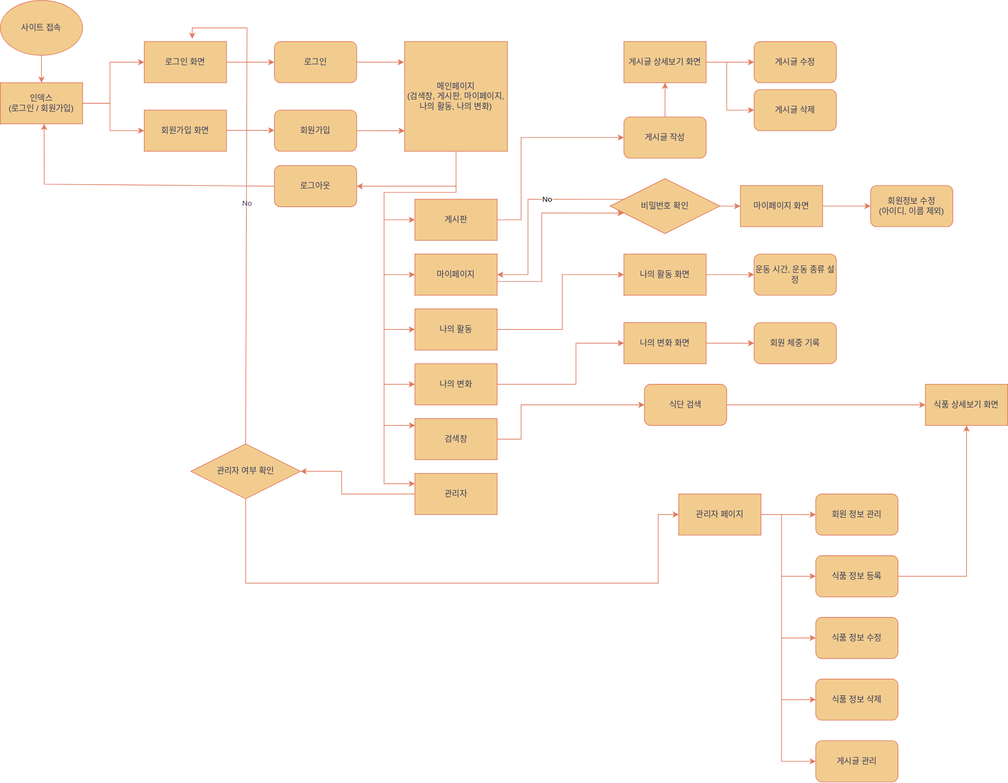
Before: document/플로우차트.svg, a diagram exported from draw.io (checkIn97/Diet-Project). Source tidied: cells renumbered, new cells last; positions are measured from the earlier drawing's top-left corner, leaving out a move shared by most shapes.
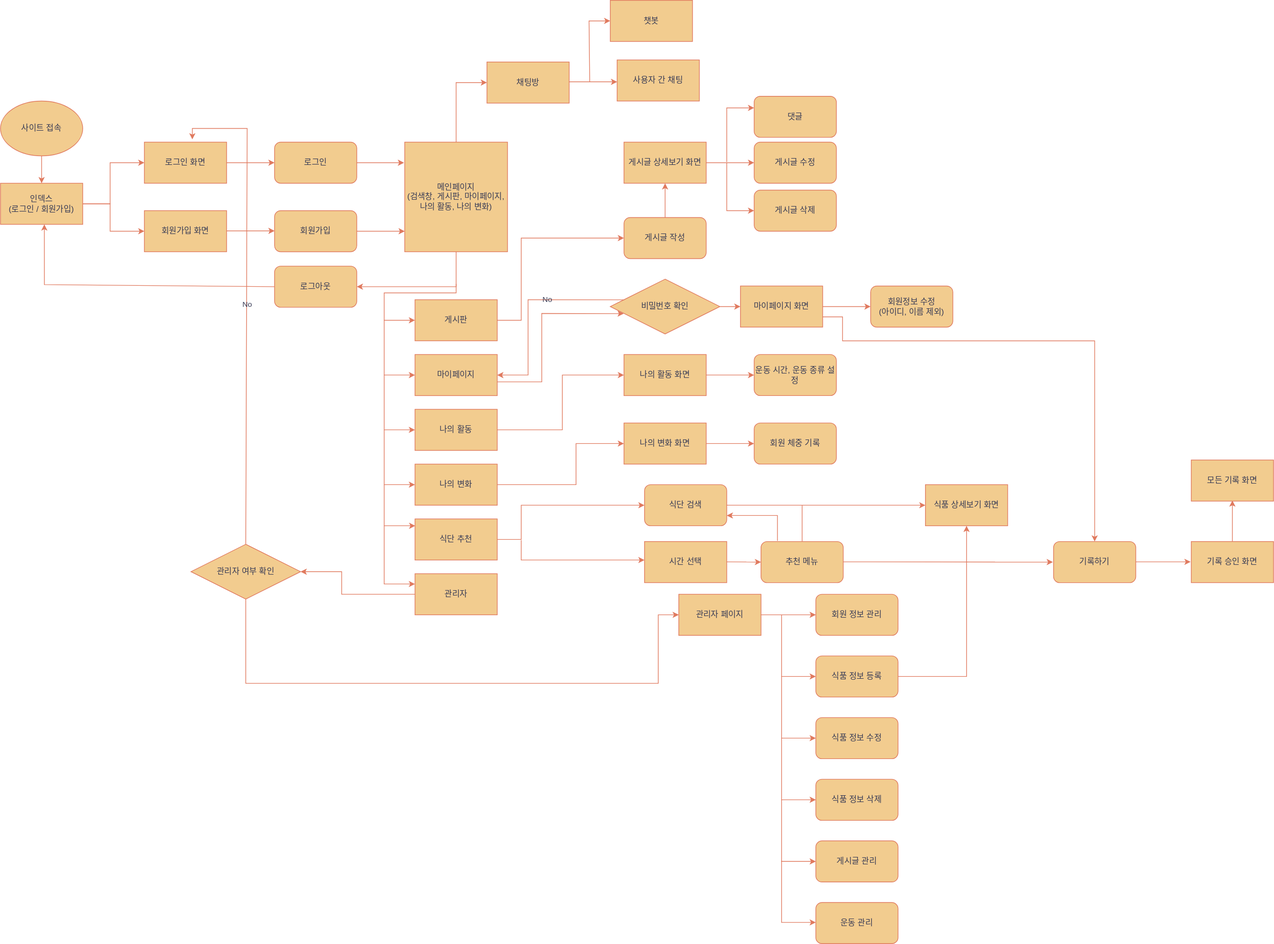
The same file after the commit.

Commit message:
플로우차트 수정

Diff of the diagram source:
```diff
@@ -195,7 +195,7 @@
     <mxCell id="44" style="endArrow=classic;html=1;rounded=0;entryX=0;entryY=0.5;entryDx=0;entryDy=0;exitX=1;exitY=0.5;exitDx=0;exitDy=0;labelBackgroundColor=none;strokeColor=#E07A5F;fontColor=default;" parent="1" edge="1" source="41" target="43">
       <mxGeometry relative="1" as="geometry" />
     </mxCell>
-    <mxCell id="45" value="검색창" style="rounded=0;whiteSpace=wrap;html=1;labelBackgroundColor=none;fillColor=#F2CC8F;strokeColor=#E07A5F;fontColor=#393C56;" parent="1" vertex="1">
+    <mxCell id="45" value="식단 추천" style="rounded=0;whiteSpace=wrap;html=1;labelBackgroundColor=none;fillColor=#F2CC8F;strokeColor=#E07A5F;fontColor=#393C56;" parent="1" vertex="1">
       <mxGeometry x="605" y="610" width="120" height="60" as="geometry" />
     </mxCell>
     <mxCell id="46" style="endArrow=classic;html=1;rounded=0;entryX=0.003;entryY=0.167;entryDx=0;entryDy=0;labelBackgroundColor=none;strokeColor=#E07A5F;fontColor=default;entryPerimeter=0;" parent="1" edge="1" target="45">
@@ -347,7 +347,7 @@
         </Array>
       </mxGeometry>
     </mxCell>
-    <mxCell id="73" value="No" style="edgeLabel;html=1;align=center;verticalAlign=middle;" parent="72" vertex="1">
+    <mxCell id="73" value="No" style="edgeLabel;html=1;align=center;verticalAlign=middle;labelBackgroundColor=none;fontColor=#393C56;" parent="72" vertex="1">
       <mxGeometry x="-0.23" y="-1" relative="1" as="geometry" />
     </mxCell>
     <mxCell id="74" style="endArrow=classic;html=1;rounded=0;labelBackgroundColor=none;strokeColor=#E07A5F;fontColor=default;exitX=1;exitY=0.5;exitDx=0;exitDy=0;entryX=0.123;entryY=0.629;entryDx=0;entryDy=0;entryPerimeter=0;" parent="1" edge="1" target="71">
@@ -362,5 +362,131 @@
     <mxCell id="75" style="endArrow=classic;html=1;rounded=0;exitX=1;exitY=0.5;exitDx=0;exitDy=0;labelBackgroundColor=none;strokeColor=#E07A5F;fontColor=default;entryX=0;entryY=0.5;entryDx=0;entryDy=0;" parent="1" edge="1" source="71" target="34">
       <mxGeometry relative="1" as="geometry" />
     </mxCell>
+    <mxCell id="76" style="endArrow=classic;html=1;rounded=0;entryX=0;entryY=0.5;entryDx=0;entryDy=0;labelBackgroundColor=none;strokeColor=#E07A5F;fontColor=default;" parent="1" edge="1">
+      <mxGeometry relative="1" as="geometry">
+        <mxPoint x="1140" y="1109" as="sourcePoint" />
+        <mxPoint x="1190" y="1199" as="targetPoint" />
+        <Array as="points">
+          <mxPoint x="1140" y="1199" />
+        </Array>
+      </mxGeometry>
+    </mxCell>
+    <mxCell id="77" value="운동 관리" style="rounded=1;whiteSpace=wrap;html=1;labelBackgroundColor=none;fillColor=#F2CC8F;strokeColor=#E07A5F;fontColor=#393C56;" parent="1" vertex="1">
+      <mxGeometry x="1190" y="1170" width="120" height="60" as="geometry" />
+    </mxCell>
+    <mxCell id="78" style="endArrow=classic;html=1;rounded=0;exitX=0.5;exitY=0;exitDx=0;exitDy=0;entryX=0;entryY=0.5;entryDx=0;entryDy=0;labelBackgroundColor=none;strokeColor=#E07A5F;fontColor=default;" parent="1" edge="1" source="13" target="79">
+      <mxGeometry relative="1" as="geometry">
+        <Array as="points">
+          <mxPoint x="665" y="-27" />
+        </Array>
+      </mxGeometry>
+    </mxCell>
+    <mxCell id="79" value="채팅방" style="rounded=0;whiteSpace=wrap;html=1;labelBackgroundColor=none;fillColor=#F2CC8F;strokeColor=#E07A5F;fontColor=#393C56;" parent="1" vertex="1">
+      <mxGeometry x="710" y="-57" width="120" height="60" as="geometry" />
+    </mxCell>
+    <mxCell id="80" style="endArrow=classic;html=1;rounded=0;exitX=1;exitY=0.5;exitDx=0;exitDy=0;entryX=0;entryY=0.5;entryDx=0;entryDy=0;labelBackgroundColor=none;strokeColor=#E07A5F;fontColor=default;" parent="1" edge="1">
+      <mxGeometry relative="1" as="geometry">
+        <mxPoint x="830" y="-28" as="sourcePoint" />
+        <mxPoint x="900" y="-28" as="targetPoint" />
+      </mxGeometry>
+    </mxCell>
+    <mxCell id="81" style="endArrow=classic;html=1;rounded=0;labelBackgroundColor=none;strokeColor=#E07A5F;fontColor=default;entryX=0;entryY=0.5;entryDx=0;entryDy=0;" parent="1" edge="1" target="83">
+      <mxGeometry relative="1" as="geometry">
+        <mxPoint x="860" y="-28" as="sourcePoint" />
+        <Array as="points">
+          <mxPoint x="859" y="-117" />
+        </Array>
+      </mxGeometry>
+    </mxCell>
+    <mxCell id="82" value="사용자 간 채팅" style="rounded=0;whiteSpace=wrap;html=1;labelBackgroundColor=none;fillColor=#F2CC8F;strokeColor=#E07A5F;fontColor=#393C56;" parent="1" vertex="1">
+      <mxGeometry x="900" y="-60" width="120" height="60" as="geometry" />
+    </mxCell>
+    <mxCell id="83" value="챗봇" style="rounded=0;whiteSpace=wrap;html=1;labelBackgroundColor=none;fillColor=#F2CC8F;strokeColor=#E07A5F;fontColor=#393C56;" parent="1" vertex="1">
+      <mxGeometry x="890" y="-147" width="120" height="60" as="geometry" />
+    </mxCell>
+    <mxCell id="84" style="endArrow=classic;html=1;rounded=0;labelBackgroundColor=none;strokeColor=#E07A5F;fontColor=default;" parent="1" edge="1">
+      <mxGeometry relative="1" as="geometry">
+        <mxPoint x="1060" y="89" as="sourcePoint" />
+        <mxPoint x="1100" y="10" as="targetPoint" />
+        <Array as="points">
+          <mxPoint x="1060" y="10" />
+        </Array>
+      </mxGeometry>
+    </mxCell>
+    <mxCell id="85" value="댓글" style="rounded=1;whiteSpace=wrap;html=1;labelBackgroundColor=none;fillColor=#F2CC8F;strokeColor=#E07A5F;fontColor=#393C56;" parent="1" vertex="1">
+      <mxGeometry x="1100" y="-7" width="120" height="60" as="geometry" />
+    </mxCell>
+    <mxCell id="86" style="endArrow=classic;html=1;rounded=0;entryX=0;entryY=0.5;entryDx=0;entryDy=0;labelBackgroundColor=none;strokeColor=#E07A5F;fontColor=default;" parent="1" edge="1">
+      <mxGeometry relative="1" as="geometry">
+        <mxPoint x="760" y="641" as="sourcePoint" />
+        <mxPoint x="940" y="670" as="targetPoint" />
+        <Array as="points">
+          <mxPoint x="760" y="641" />
+          <mxPoint x="760" y="670" />
+          <mxPoint x="920" y="670" />
+        </Array>
+      </mxGeometry>
+    </mxCell>
+    <mxCell id="87" value="시간 선택" style="rounded=0;whiteSpace=wrap;html=1;labelBackgroundColor=none;fillColor=#F2CC8F;strokeColor=#E07A5F;fontColor=#393C56;" parent="1" vertex="1">
+      <mxGeometry x="940" y="643" width="120" height="60" as="geometry" />
+    </mxCell>
+    <mxCell id="88" value="추천 메뉴" style="rounded=1;whiteSpace=wrap;html=1;labelBackgroundColor=none;fillColor=#F2CC8F;strokeColor=#E07A5F;fontColor=#393C56;" parent="1" vertex="1">
+      <mxGeometry x="1110" y="643" width="120" height="60" as="geometry" />
+    </mxCell>
+    <mxCell id="89" style="endArrow=classic;html=1;rounded=0;exitX=1;exitY=0.5;exitDx=0;exitDy=0;labelBackgroundColor=none;strokeColor=#E07A5F;fontColor=default;" parent="1" edge="1">
+      <mxGeometry relative="1" as="geometry">
+        <mxPoint x="1060" y="672.7" as="sourcePoint" />
+        <mxPoint x="1110" y="673" as="targetPoint" />
+      </mxGeometry>
+    </mxCell>
+    <mxCell id="90" style="endArrow=classic;html=1;rounded=0;exitX=1;exitY=0.5;exitDx=0;exitDy=0;labelBackgroundColor=none;strokeColor=#E07A5F;fontColor=default;" parent="1" edge="1">
+      <mxGeometry relative="1" as="geometry">
+        <mxPoint x="1230" y="672.7" as="sourcePoint" />
+        <mxPoint x="1536" y="673" as="targetPoint" />
+      </mxGeometry>
+    </mxCell>
+    <mxCell id="91" value="기록 승인 화면" style="rounded=0;whiteSpace=wrap;html=1;labelBackgroundColor=none;fillColor=#F2CC8F;strokeColor=#E07A5F;fontColor=#393C56;" parent="1" vertex="1">
+      <mxGeometry x="1738" y="643" width="120" height="60" as="geometry" />
+    </mxCell>
+    <mxCell id="92" value="기록하기" style="rounded=1;whiteSpace=wrap;html=1;labelBackgroundColor=none;fillColor=#F2CC8F;strokeColor=#E07A5F;fontColor=#393C56;" parent="1" vertex="1">
+      <mxGeometry x="1537" y="643" width="120" height="60" as="geometry" />
+    </mxCell>
+    <mxCell id="93" style="endArrow=classic;html=1;rounded=0;exitX=1;exitY=0.5;exitDx=0;exitDy=0;entryX=0;entryY=0.5;entryDx=0;entryDy=0;labelBackgroundColor=none;strokeColor=#E07A5F;fontColor=default;" parent="1" edge="1">
+      <mxGeometry relative="1" as="geometry">
+        <mxPoint x="1657" y="672.7" as="sourcePoint" />
+        <mxPoint x="1737" y="672.7" as="targetPoint" />
+      </mxGeometry>
+    </mxCell>
+    <mxCell id="94" style="endArrow=classic;html=1;rounded=0;exitX=0.5;exitY=0;exitDx=0;exitDy=0;labelBackgroundColor=none;strokeColor=#E07A5F;fontColor=default;" parent="1" edge="1" source="91">
+      <mxGeometry relative="1" as="geometry">
+        <mxPoint x="1798" y="583" as="targetPoint" />
+      </mxGeometry>
+    </mxCell>
+    <mxCell id="95" value="모든 기록 화면" style="rounded=0;whiteSpace=wrap;html=1;labelBackgroundColor=none;fillColor=#F2CC8F;strokeColor=#E07A5F;fontColor=#393C56;" parent="1" vertex="1">
+      <mxGeometry x="1738" y="524" width="120" height="60" as="geometry" />
+    </mxCell>
+    <mxCell id="96" style="endArrow=none;html=1;rounded=0;exitX=0.5;exitY=0;exitDx=0;exitDy=0;labelBackgroundColor=none;strokeColor=#E07A5F;fontColor=default;" parent="1" edge="1" source="88">
+      <mxGeometry relative="1" as="geometry">
+        <mxPoint x="1170" y="590" as="targetPoint" />
+      </mxGeometry>
+    </mxCell>
+    <mxCell id="97" style="endArrow=classic;html=1;rounded=0;entryX=1;entryY=0.75;entryDx=0;entryDy=0;labelBackgroundColor=none;strokeColor=#E07A5F;fontColor=default;" parent="1" edge="1" target="49">
+      <mxGeometry relative="1" as="geometry">
+        <mxPoint x="1134" y="642" as="sourcePoint" />
+        <Array as="points">
+          <mxPoint x="1134" y="605" />
+        </Array>
+      </mxGeometry>
+    </mxCell>
+    <mxCell id="98" style="endArrow=classic;html=1;rounded=0;exitX=1;exitY=0.5;exitDx=0;exitDy=0;labelBackgroundColor=none;strokeColor=#E07A5F;fontColor=default;entryX=0.5;entryY=0;entryDx=0;entryDy=0;" parent="1" edge="1" target="92">
+      <mxGeometry relative="1" as="geometry">
+        <mxPoint x="1200" y="315" as="sourcePoint" />
+        <Array as="points">
+          <mxPoint x="1229" y="315" />
+          <mxPoint x="1229" y="350" />
+          <mxPoint x="1597" y="350" />
+        </Array>
+      </mxGeometry>
+    </mxCell>
   </root>
 </mxGraphModel>
```
